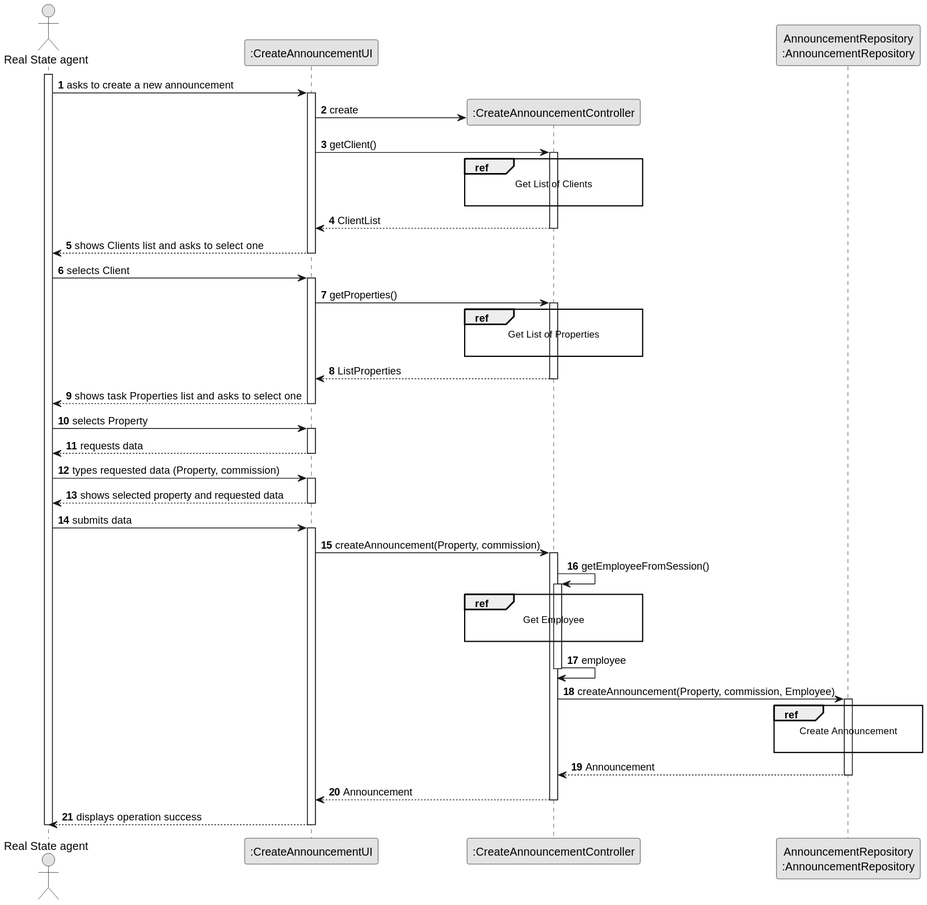
hugosilva2901/lei-22-s2-1DO-g68 keeps this PlantUML diagram as lei-22-s2-1do-g68/docs/SprintD/us002Refinement/03.design/svg/us002-sequence-diagram-split.svg. Above is the earlier version.
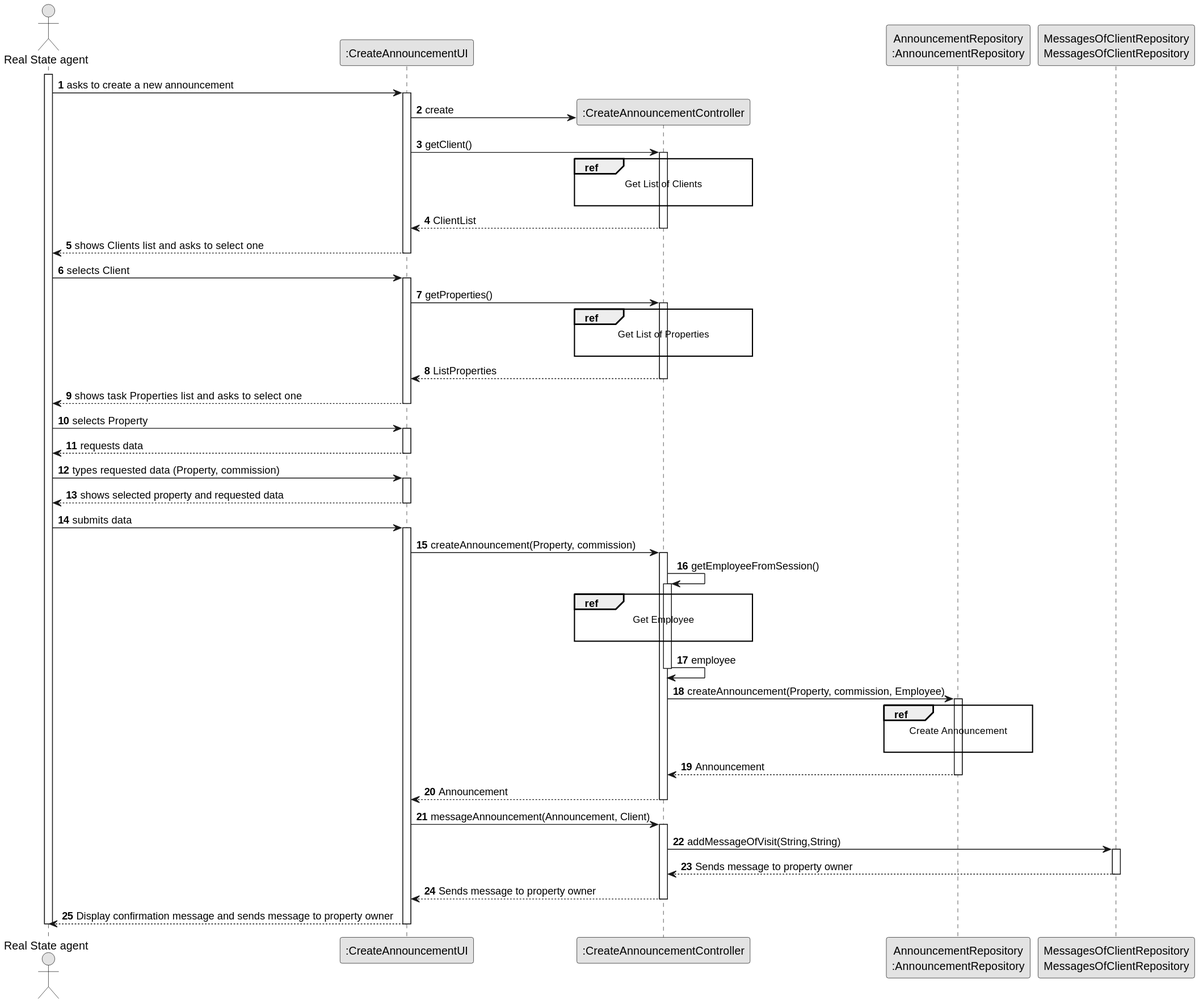
Above is the later version.

Diff of the diagram source:
```diff
@@ -9,6 +9,7 @@
 participant ":CreateAnnouncementUI" as UI
 participant ":CreateAnnouncementController" as CTRL
 participant "AnnouncementRepository\n:AnnouncementRepository" as ORG
+participant "MessagesOfClientRepository\nMessagesOfClientRepository" as MessREPO
 
 activate ADM
 
@@ -90,7 +91,17 @@
 
             CTRL --> UI: Announcement
             deactivate CTRL
-            UI --> ADM: displays operation success
+
+    UI -> CTRL : messageAnnouncement(Announcement, Client)
+    activate CTRL
+    CTRL -> MessREPO: addMessageOfVisit(String,String)
+    activate MessREPO
+
+    MessREPO --> CTRL : Sends message to property owner
+    deactivate MessREPO
+    CTRL --> UI: Sends message to property owner
+    deactivate CTRL
+    UI --> ADM: Display confirmation message and sends message to property owner
     deactivate UI
 
 deactivate ADM
```
